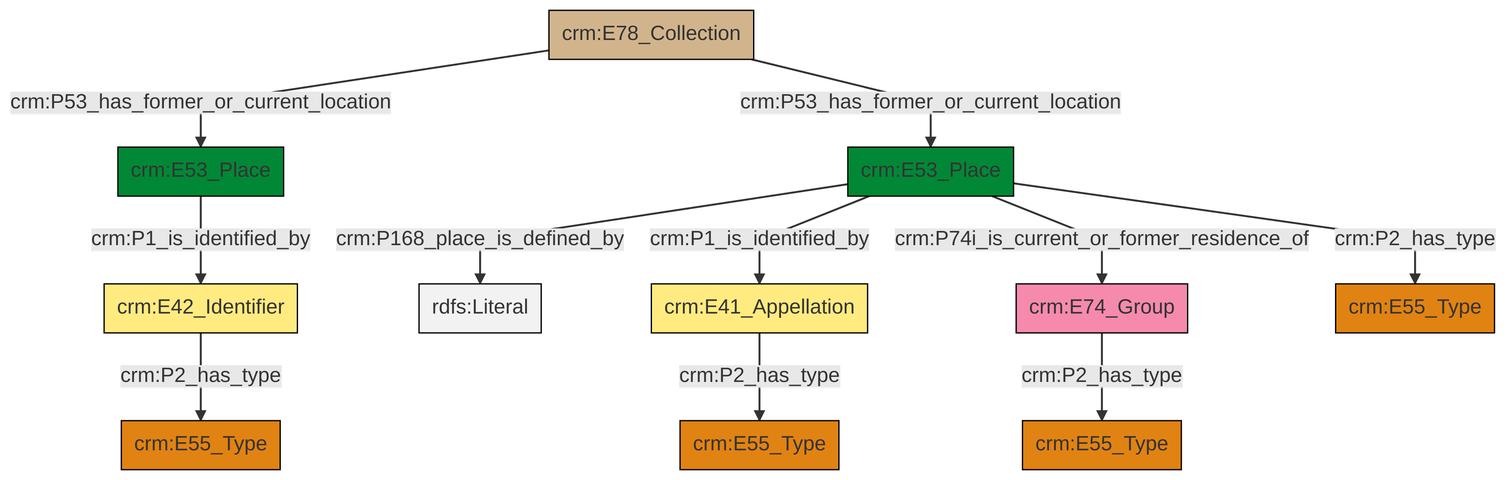
Before: et/archivalCSV/ttl/mmd/png/archival_location.png, a diagram exported from Mermaid (swiss-art-research-net/docs.swissartresearch). Its source is kept beside it as et/archivalCSV/ttl/mmd/archival_location.ttl.mmd.
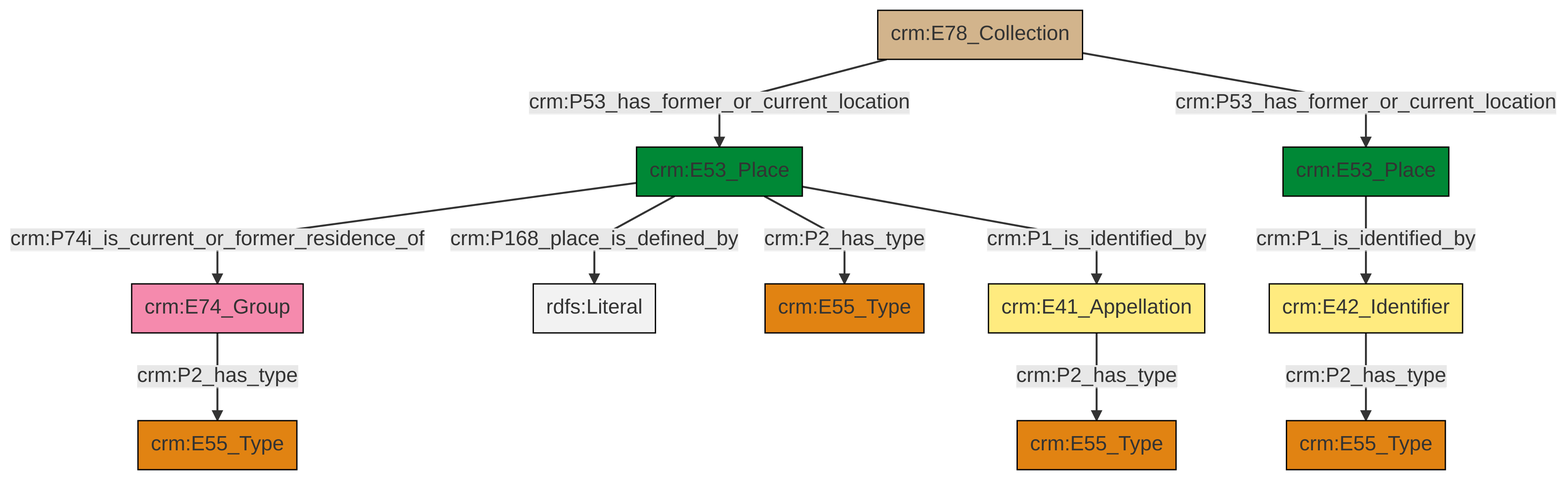
Later version of the same file.

Change to the diagram source:
```diff
@@ -13,13 +13,13 @@
 classDef PC_Classes fill:#4ce600, stroke:#000000;
 classDef Multi fill:#cccccc,stroke:#000000;
 
-0["crm:E53_Place"]:::Place -->|crm:P1_is_identified_by| 1["crm:E41_Appellation"]:::Appellation
-0["crm:E53_Place"]:::Place -->|crm:P168_place_is_defined_by| 2[rdfs:Literal]:::Literal
-5["crm:E78_Collection"]:::Physical_Thing -->|crm:P53_has_former_or_current_location| 6["crm:E53_Place"]:::Place
-0["crm:E53_Place"]:::Place -->|crm:P2_has_type| 12["crm:E55_Type"]:::Type
-7["crm:E74_Group"]:::Actor -->|crm:P2_has_type| 10["crm:E55_Type"]:::Type
-1["crm:E41_Appellation"]:::Appellation -->|crm:P2_has_type| 19["crm:E55_Type"]:::Type
-0["crm:E53_Place"]:::Place -->|crm:P74i_is_current_or_former_residence_of| 7["crm:E74_Group"]:::Actor
-6["crm:E53_Place"]:::Place -->|crm:P1_is_identified_by| 3["crm:E42_Identifier"]:::Appellation
-3["crm:E42_Identifier"]:::Appellation -->|crm:P2_has_type| 16["crm:E55_Type"]:::Type
-5["crm:E78_Collection"]:::Physical_Thing -->|crm:P53_has_former_or_current_location| 0["crm:E53_Place"]:::Place
+2["crm:E53_Place"]:::Place -->|crm:P74i_is_current_or_former_residence_of| 3["crm:E74_Group"]:::Actor
+3["crm:E74_Group"]:::Actor -->|crm:P2_has_type| 6["crm:E55_Type"]:::Type
+7["crm:E53_Place"]:::Place -->|crm:P1_is_identified_by| 8["crm:E42_Identifier"]:::Appellation
+2["crm:E53_Place"]:::Place -->|crm:P168_place_is_defined_by| 12[rdfs:Literal]:::Literal
+2["crm:E53_Place"]:::Place -->|crm:P2_has_type| 17["crm:E55_Type"]:::Type
+0["crm:E78_Collection"]:::Physical_Thing -->|crm:P53_has_former_or_current_location| 2["crm:E53_Place"]:::Place
+0["crm:E78_Collection"]:::Physical_Thing -->|crm:P53_has_former_or_current_location| 7["crm:E53_Place"]:::Place
+2["crm:E53_Place"]:::Place -->|crm:P1_is_identified_by| 15["crm:E41_Appellation"]:::Appellation
+15["crm:E41_Appellation"]:::Appellation -->|crm:P2_has_type| 13["crm:E55_Type"]:::Type
+8["crm:E42_Identifier"]:::Appellation -->|crm:P2_has_type| 4["crm:E55_Type"]:::Type
```
